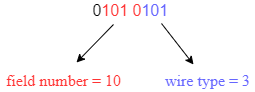
This is protobuf/demo1.png from sihaibao/note, a draw.io export, as it was before one commit. Source tidied: cells renumbered, new cells last; positions are measured from the earlier drawing's top-left corner, leaving out a move shared by most shapes. Its diagram source:
```xml
<mxGraphModel>
  <root>
    <mxCell id="0" />
    <mxCell id="1" parent="0" />
    <mxCell id="2" value="0&lt;font color=&quot;#ff3333&quot;&gt;101 0&lt;/font&gt;&lt;font color=&quot;#6666ff&quot;&gt;101&amp;nbsp;&lt;/font&gt;" style="text;html=1;align=center;verticalAlign=middle;strokeColor=none;fillColor=none;fontSize=16;" parent="1" vertex="1">
      <mxGeometry x="82" width="100" height="20" as="geometry" />
    </mxCell>
    <mxCell id="3" style="endArrow=classic;html=1;rounded=0;shadow=0;fontSize=16;fontColor=#6666FF;fontFamily=Times New Roman;" parent="1" edge="1">
      <mxGeometry relative="1" as="geometry">
        <mxPoint x="113" y="24" as="sourcePoint" />
        <mxPoint x="76" y="62" as="targetPoint" />
      </mxGeometry>
    </mxCell>
    <mxCell id="4" style="endArrow=classic;html=1;rounded=0;shadow=0;fontSize=16;fontColor=#6666FF;fontFamily=Times New Roman;" parent="1" edge="1">
      <mxGeometry relative="1" as="geometry">
        <mxPoint x="161" y="23" as="sourcePoint" />
        <mxPoint x="193" y="64" as="targetPoint" />
      </mxGeometry>
    </mxCell>
    <mxCell id="5" value="&lt;font color=&quot;#6666ff&quot;&gt;wire type = 3&lt;/font&gt;" style="text;html=1;align=center;verticalAlign=middle;strokeColor=none;fillColor=none;fontSize=16;fontFamily=Times New Roman;fontColor=#000000;" parent="1" vertex="1">
      <mxGeometry x="159" y="68" width="95" height="23" as="geometry" />
    </mxCell>
    <mxCell id="6" value="&lt;font color=&quot;#ff3333&quot;&gt;field number = 10&lt;/font&gt;" style="text;html=1;align=center;verticalAlign=middle;strokeColor=none;fillColor=none;fontSize=16;fontFamily=Times New Roman;fontColor=#000000;" parent="1" vertex="1">
      <mxGeometry y="68" width="125" height="23" as="geometry" />
    </mxCell>
  </root>
</mxGraphModel>
```
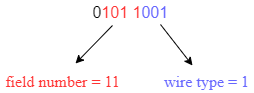
The same diagram one commit later.

Diff of the diagram source:
```diff
@@ -2,8 +2,8 @@
   <root>
     <mxCell id="0" />
     <mxCell id="1" parent="0" />
-    <mxCell id="2" value="0&lt;font color=&quot;#ff3333&quot;&gt;101 0&lt;/font&gt;&lt;font color=&quot;#6666ff&quot;&gt;101&amp;nbsp;&lt;/font&gt;" style="text;html=1;align=center;verticalAlign=middle;strokeColor=none;fillColor=none;fontSize=16;" parent="1" vertex="1">
-      <mxGeometry x="82" width="100" height="20" as="geometry" />
+    <mxCell id="2" value="0&lt;font color=&quot;#ff3333&quot;&gt;101 1&lt;/font&gt;&lt;font color=&quot;#6666ff&quot;&gt;001&amp;nbsp;&lt;/font&gt;" style="text;html=1;align=center;verticalAlign=middle;strokeColor=none;fillColor=none;fontSize=16;" parent="1" vertex="1">
+      <mxGeometry x="88" y="-1" width="90" height="23" as="geometry" />
     </mxCell>
     <mxCell id="3" style="endArrow=classic;html=1;rounded=0;shadow=0;fontSize=16;fontColor=#6666FF;fontFamily=Times New Roman;" parent="1" edge="1">
       <mxGeometry relative="1" as="geometry">
@@ -17,11 +17,11 @@
         <mxPoint x="193" y="64" as="targetPoint" />
       </mxGeometry>
     </mxCell>
-    <mxCell id="5" value="&lt;font color=&quot;#6666ff&quot;&gt;wire type = 3&lt;/font&gt;" style="text;html=1;align=center;verticalAlign=middle;strokeColor=none;fillColor=none;fontSize=16;fontFamily=Times New Roman;fontColor=#000000;" parent="1" vertex="1">
+    <mxCell id="5" value="&lt;font color=&quot;#6666ff&quot;&gt;wire type = 1&lt;/font&gt;" style="text;html=1;align=center;verticalAlign=middle;strokeColor=none;fillColor=none;fontSize=16;fontFamily=Times New Roman;fontColor=#000000;" parent="1" vertex="1">
       <mxGeometry x="159" y="68" width="95" height="23" as="geometry" />
     </mxCell>
-    <mxCell id="6" value="&lt;font color=&quot;#ff3333&quot;&gt;field number = 10&lt;/font&gt;" style="text;html=1;align=center;verticalAlign=middle;strokeColor=none;fillColor=none;fontSize=16;fontFamily=Times New Roman;fontColor=#000000;" parent="1" vertex="1">
-      <mxGeometry y="68" width="125" height="23" as="geometry" />
+    <mxCell id="6" value="&lt;font color=&quot;#ff3333&quot;&gt;field number = 11&lt;/font&gt;" style="text;html=1;align=center;verticalAlign=middle;strokeColor=none;fillColor=none;fontSize=16;fontFamily=Times New Roman;fontColor=#000000;" parent="1" vertex="1">
+      <mxGeometry x="1" y="68" width="124" height="23" as="geometry" />
     </mxCell>
   </root>
 </mxGraphModel>
```
